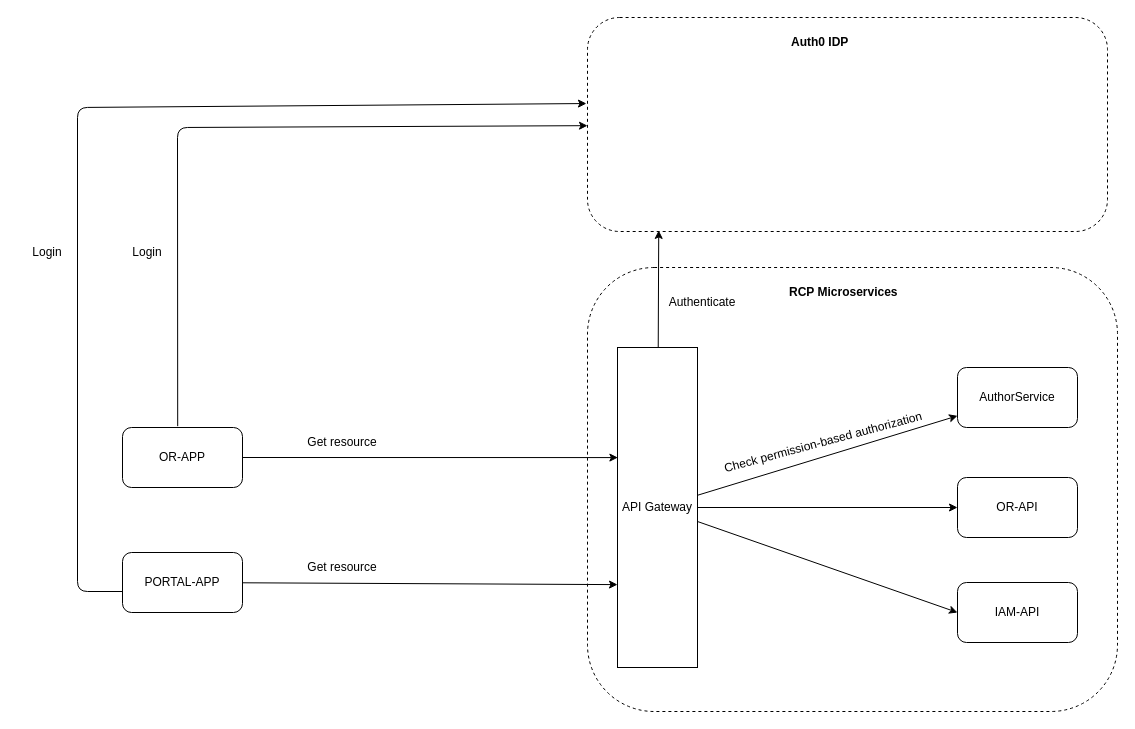
Earlier version of the draw.io diagram page "RCP AuthN/AuthZ" (2 of 2) of diagrams/architecture.drawio (Tuanle207/mcf-example). Source tidied: cells renumbered, new cells numbered last; positions are measured from the earlier drawing's top-left corner, leaving out a move shared by most shapes. Both pictures are drawn from the tidied source at 100%, with x=0, y=0 at pixel (17, 17).
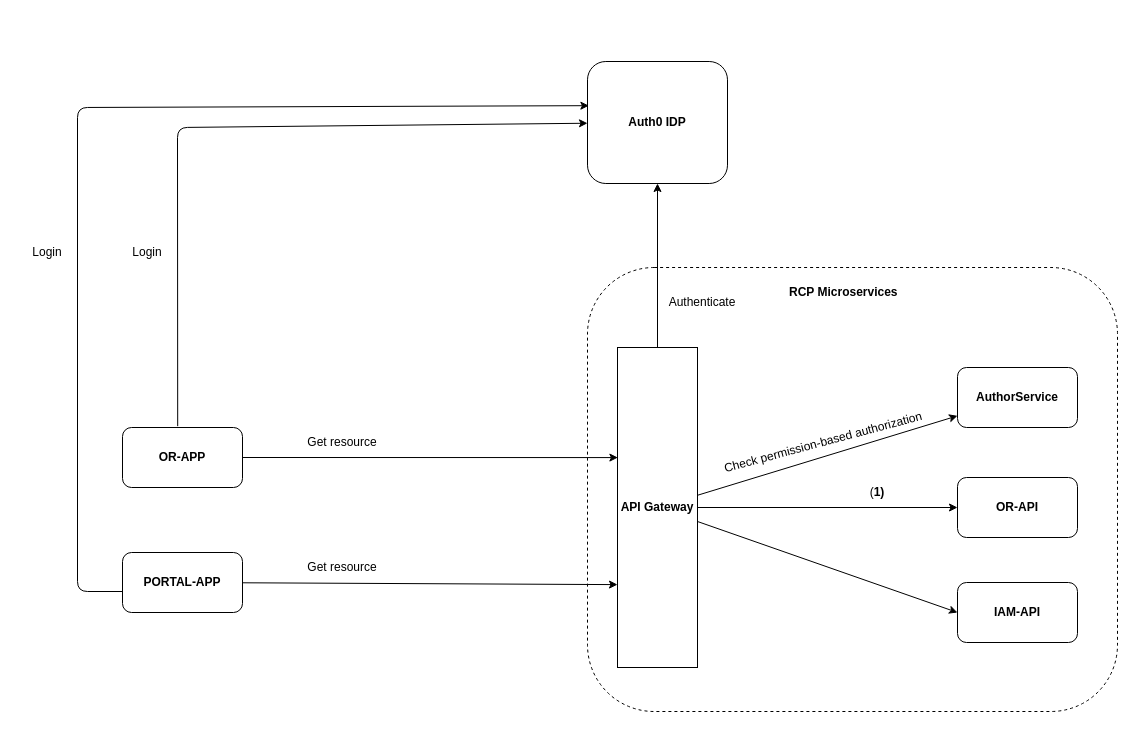
After the change.

Diff of the diagram source:
```diff
@@
-    <mxCell id="6" value="OR-APP" style="rounded=1;whiteSpace=wrap;html=1;" parent="1" vertex="1">
+    <mxCell id="6" value="OR-APP" style="rounded=1;whiteSpace=wrap;html=1;fontStyle=1;" parent="1" vertex="1">
       <mxGeometry x="105" y="410" width="120" height="60" as="geometry" />
     </mxCell>
-    <mxCell id="7" value="IAM-API" style="rounded=1;whiteSpace=wrap;html=1;" parent="1" vertex="1">
+    <mxCell id="7" value="IAM-API" style="rounded=1;whiteSpace=wrap;html=1;fontStyle=1;" parent="1" vertex="1">
       <mxGeometry x="940" y="565" width="120" height="60" as="geometry" />
     </mxCell>
-    <mxCell id="8" value="OR-API" style="rounded=1;whiteSpace=wrap;html=1;" parent="1" vertex="1">
+    <mxCell id="8" value="OR-API" style="rounded=1;whiteSpace=wrap;html=1;fontStyle=1;" parent="1" vertex="1">
       <mxGeometry x="940" y="460" width="120" height="60" as="geometry" />
     </mxCell>
@@
-    <mxCell id="10" style="edgeStyle=none;html=1;entryX=-0.002;entryY=0.402;entryDx=0;entryDy=0;entryPerimeter=0;exitX=0;exitY=0.65;exitDx=0;exitDy=0;exitPerimeter=0;" parent="1" edge="1" source="11" target="21">
+    <mxCell id="10" style="edgeStyle=none;html=1;entryX=0.01;entryY=0.362;entryDx=0;entryDy=0;entryPerimeter=0;exitX=0;exitY=0.65;exitDx=0;exitDy=0;exitPerimeter=0;" parent="1" edge="1" source="11" target="21">
       <mxGeometry relative="1" as="geometry">
         <Array as="points">
           <mxPoint x="60" y="574" />
           <mxPoint x="60" y="90" />
         </Array>
       </mxGeometry>
     </mxCell>
-    <mxCell id="11" value="PORTAL-APP" style="rounded=1;whiteSpace=wrap;html=1;" parent="1" vertex="1">
+    <mxCell id="11" value="PORTAL-APP" style="rounded=1;whiteSpace=wrap;html=1;fontStyle=1;" parent="1" vertex="1">
       <mxGeometry x="105" y="535" width="120" height="60" as="geometry" />
     </mxCell>
@@
-    <mxCell id="14" value="AuthorService" style="rounded=1;whiteSpace=wrap;html=1;" parent="1" vertex="1">
+    <mxCell id="14" value="AuthorService" style="rounded=1;whiteSpace=wrap;html=1;fontStyle=1;" parent="1" vertex="1">
       <mxGeometry x="940" y="350" width="120" height="60" as="geometry" />
     </mxCell>
-    <mxCell id="15" style="edgeStyle=none;html=1;entryX=0.137;entryY=0.995;entryDx=0;entryDy=0;entryPerimeter=0;" parent="1" edge="1" source="18" target="21">
+    <mxCell id="15" style="edgeStyle=none;html=1;" parent="1" edge="1" source="18" target="21">
       <mxGeometry relative="1" as="geometry" />
     </mxCell>
@@
-    <mxCell id="18" value="API Gateway" style="rounded=0;whiteSpace=wrap;html=1;" parent="1" vertex="1">
+    <mxCell id="18" value="API Gateway" style="rounded=0;whiteSpace=wrap;html=1;fontStyle=1;" parent="1" vertex="1">
       <mxGeometry x="600" y="330" width="80" height="320" as="geometry" />
     </mxCell>
@@
-    <mxCell id="21" style="rounded=1;whiteSpace=wrap;html=1;dashed=1;" parent="1" vertex="1">
-      <mxGeometry x="570" width="520" height="214" as="geometry" />
+    <mxCell id="21" value="&lt;span style=&quot;text-align: left;&quot;&gt;Auth0 IDP&lt;/span&gt;" style="rounded=1;whiteSpace=wrap;html=1;fontStyle=1;" parent="1" vertex="1">
+      <mxGeometry x="570" y="44" width="140" height="122" as="geometry" />
     </mxCell>
-    <mxCell id="22" value="Auth0 IDP" style="text;html=1;strokeColor=none;fillColor=none;align=left;verticalAlign=middle;whiteSpace=wrap;rounded=0;dashed=1;fontStyle=1;" parent="1" vertex="1">
-      <mxGeometry x="772" y="10" width="118" height="30" as="geometry" />
-    </mxCell>
@@
+    <mxCell id="26" value="(&lt;b&gt;1)&lt;/b&gt;" style="text;html=1;strokeColor=none;fillColor=none;align=center;verticalAlign=middle;whiteSpace=wrap;rounded=0;" parent="1" vertex="1">
+      <mxGeometry x="830" y="460" width="60" height="30" as="geometry" />
+    </mxCell>
```
